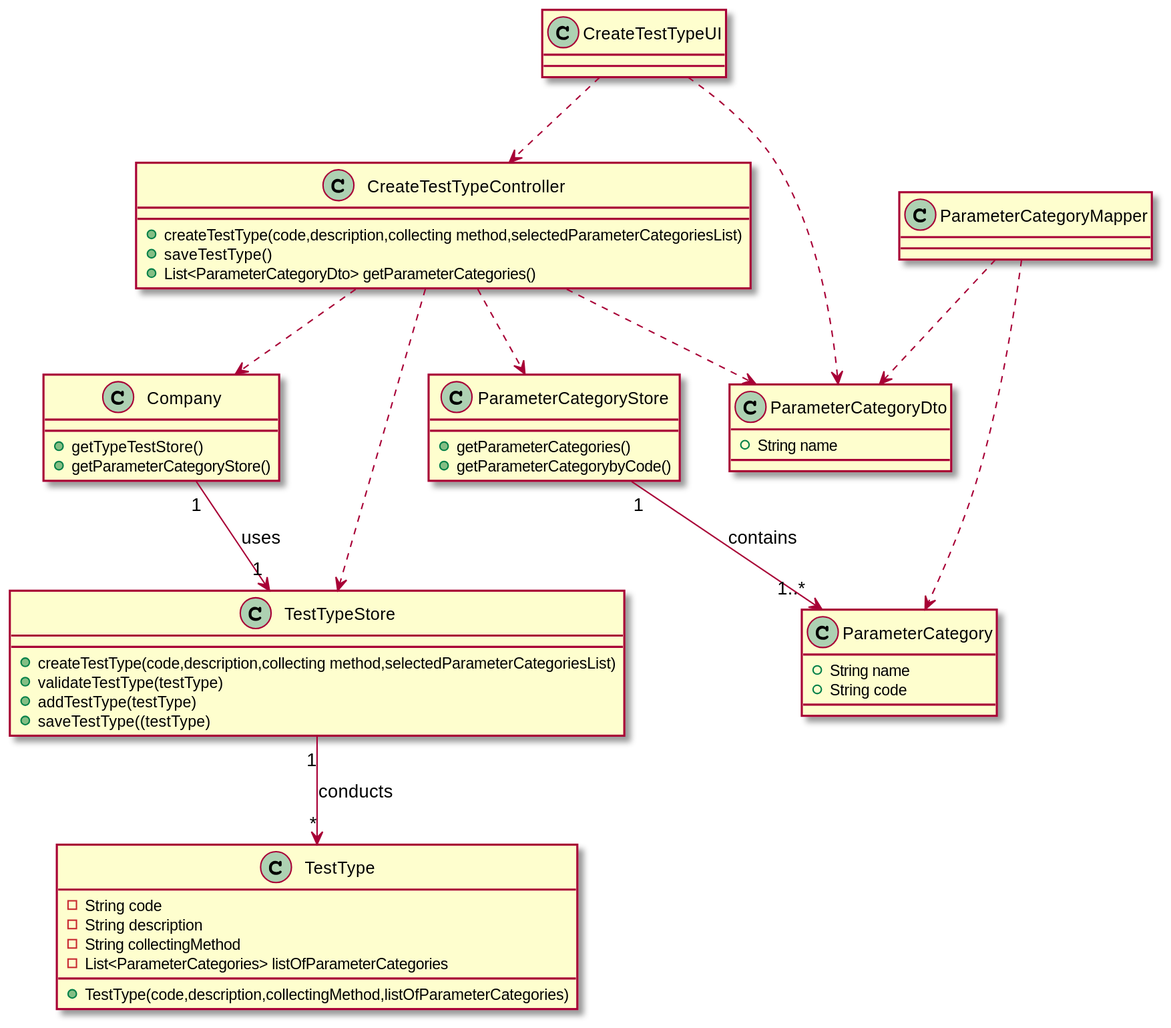
manu-07-ela/LAPR2_ISEP keeps this PlantUML diagram as docs/SprintB/US09/US09_CD.svg. Above is the earlier version.
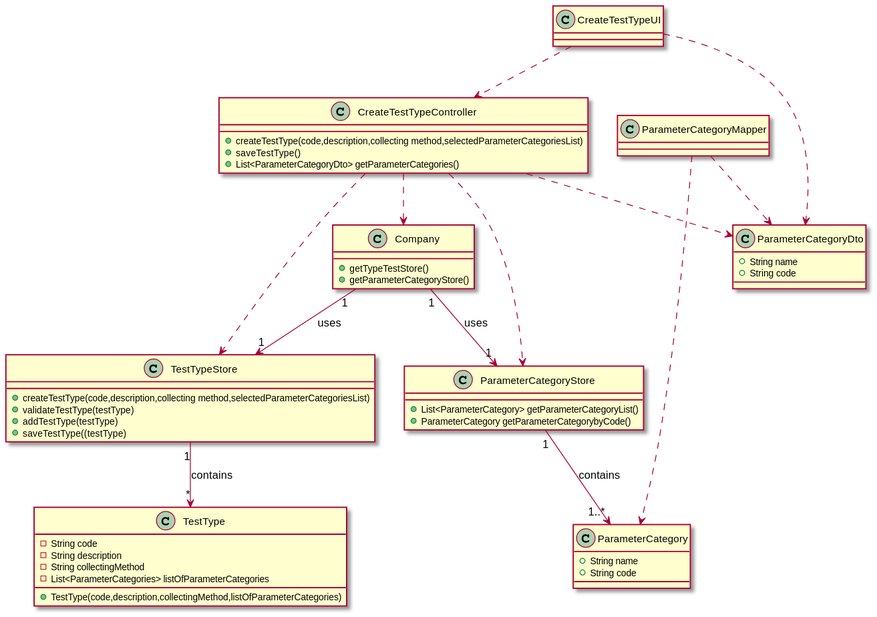
After the change.

The edit, as a diff of the source:
```diff
@@ -30,8 +30,8 @@
 }
 
 class ParameterCategoryStore{
-+getParameterCategories()
-+getParameterCategorybyCode()
++List<ParameterCategory> getParameterCategoryList()
++ParameterCategory getParameterCategorybyCode()
 }
 
 class ParameterCategoryMapper{
@@ -40,6 +40,7 @@
 
 class ParameterCategoryDto{
 + String name
++ String code
 }
 
 class ParameterCategory{
@@ -54,7 +55,8 @@
 CreateTestTypeController ..> ParameterCategoryStore
 CreateTestTypeController ..> ParameterCategoryDto
 Company"1"--> "1" TestTypeStore : uses
-TestTypeStore "1"-->"*" TestType : conducts
+Company"1"--> "1" ParameterCategoryStore : uses
+TestTypeStore "1"-->"*" TestType : contains
 ParameterCategoryMapper ..> ParameterCategoryDto
 ParameterCategoryMapper ..> ParameterCategory
 ParameterCategoryStore "1"--> "1..*"ParameterCategory : contains
```
